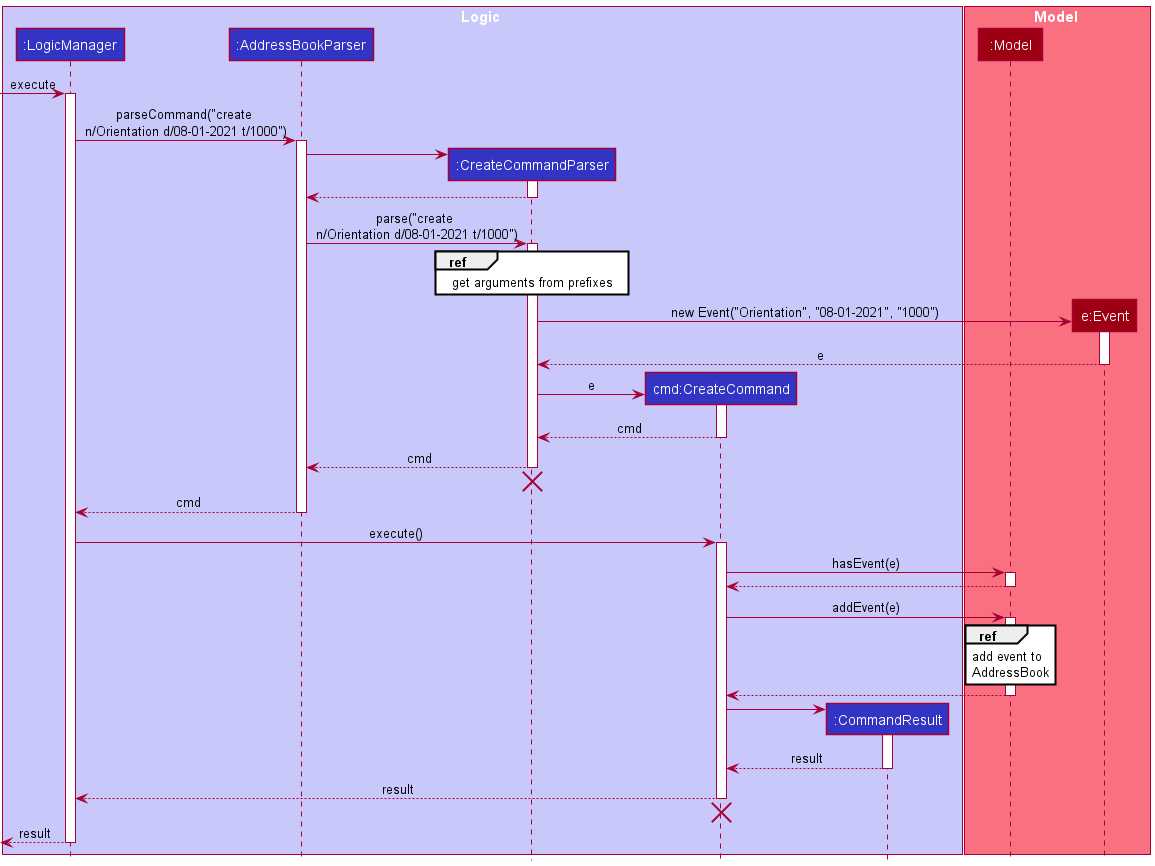
Above: docs/images/CreateSequenceDiagram.png in wowsiddanth/tp (PlantUML), before the change.
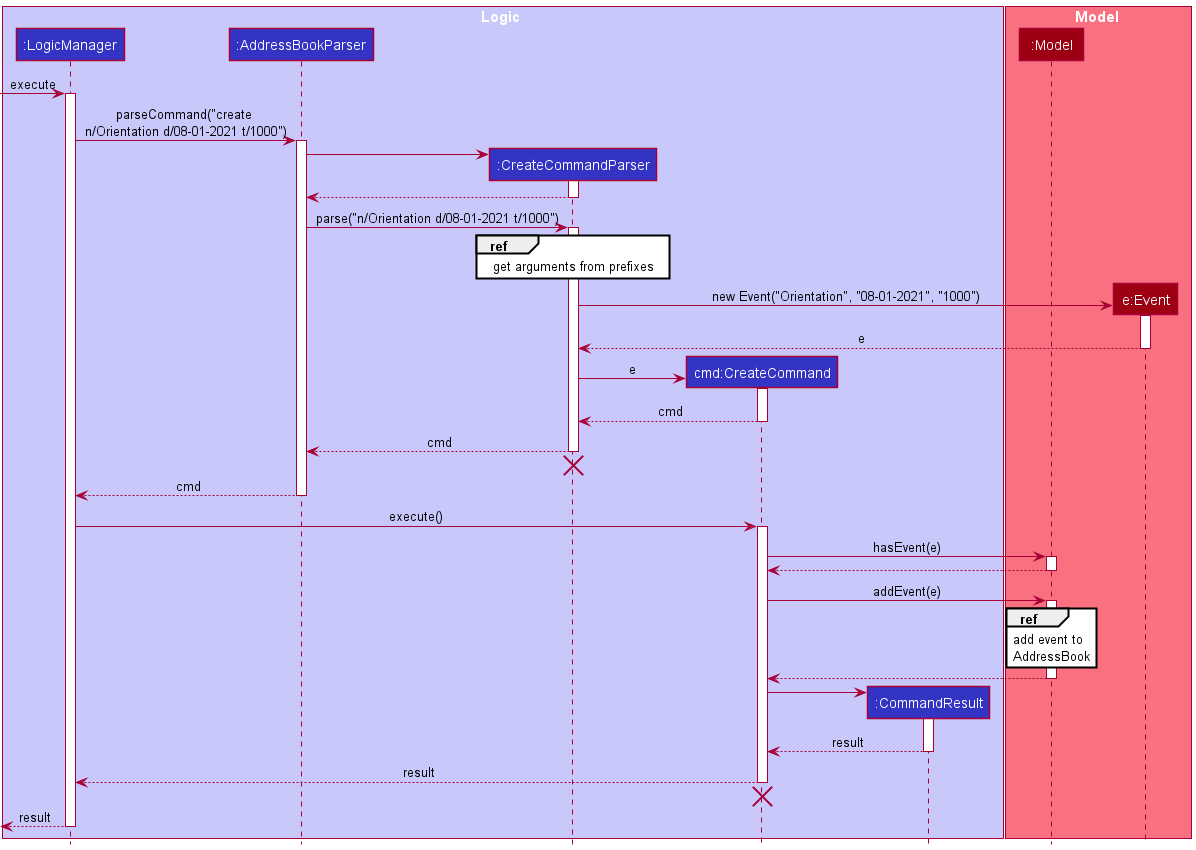
Above is the later version.

The edit, as a diff of the source:
```diff
@@ -27,7 +27,7 @@
 CreateCommandParser --> AddressBookParser
 deactivate CreateCommandParser
 
-AddressBookParser -> CreateCommandParser : parse("create \nn/Orientation d/08-01-2021 t/1000")
+AddressBookParser -> CreateCommandParser : parse("n/Orientation d/08-01-2021 t/1000")
 activate CreateCommandParser
 
 ref over CreateCommandParser
```
